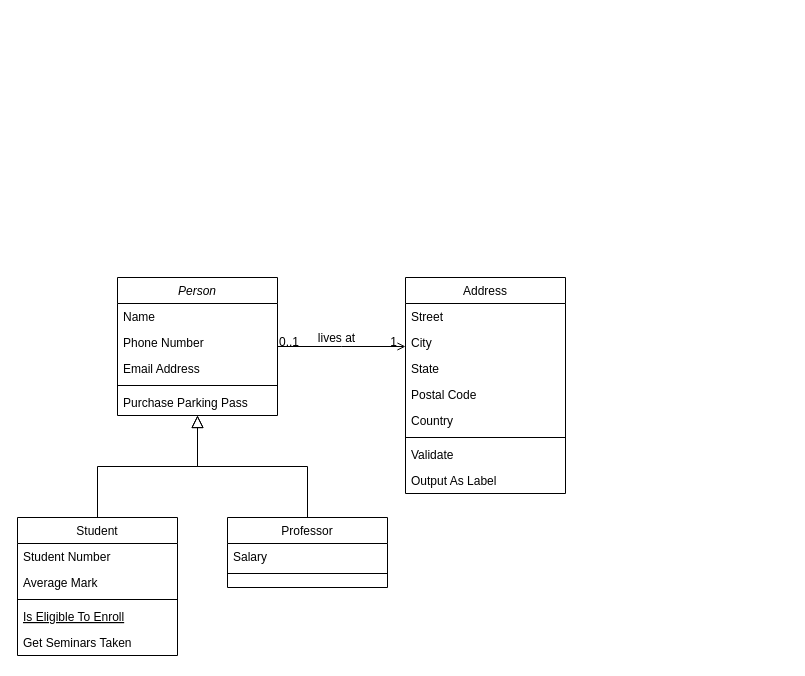
The draw.io diagram Diagrama sin título.drawio in iker-gonzalez/webserv, before the edit. Source tidied: cells renumbered, new cells numbered last; positions are measured from the earlier drawing's top-left corner, leaving out a move shared by most shapes. Both pictures are drawn from the tidied source at 100%, with x=0, y=0 at pixel (17, 277).
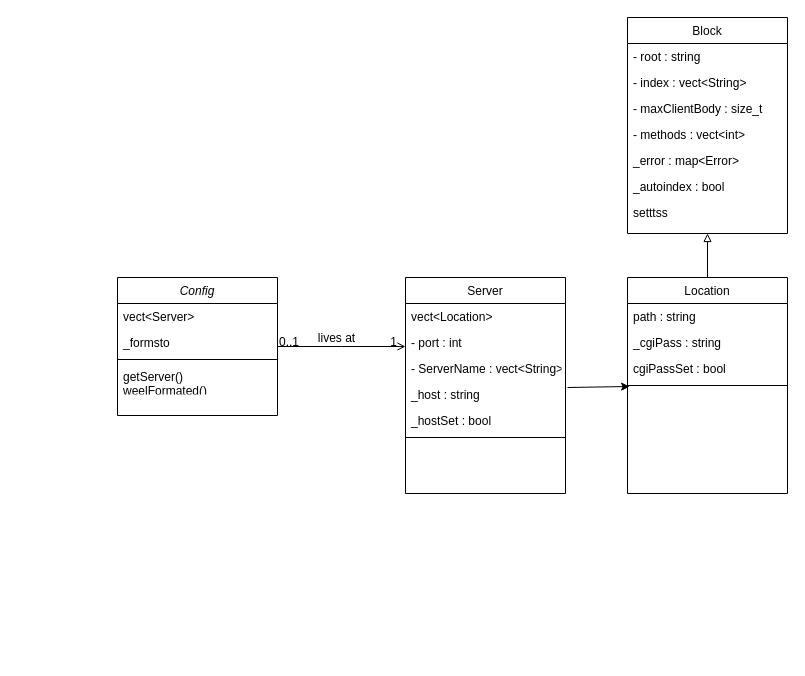
After the change.

Commit message:
webserver Prueba

What changed in the source:
```diff
@@
-    <mxCell id="2" value="Person" style="swimlane;fontStyle=2;align=center;verticalAlign=top;horizontal=1;startSize=26;rounded=0;shadow=0;strokeWidth=1;" parent="1" vertex="1">
+    <mxCell id="2" value="Config" style="swimlane;fontStyle=2;align=center;verticalAlign=top;horizontal=1;startSize=26;rounded=0;shadow=0;strokeWidth=1;" parent="1" vertex="1">
       <mxGeometry x="100" width="160" height="138" as="geometry" />
     </mxCell>
-    <mxCell id="3" value="Name" style="text;align=left;verticalAlign=top;spacingLeft=4;spacingRight=4;overflow=hidden;" parent="2" vertex="1">
+    <mxCell id="3" value="vect&lt;Server&gt;" style="text;align=left;verticalAlign=top;spacingLeft=4;spacingRight=4;overflow=hidden;" parent="2" vertex="1">
       <mxGeometry y="26" width="160" height="26" as="geometry" />
     </mxCell>
-    <mxCell id="4" value="Phone Number" style="text;align=left;verticalAlign=top;spacingLeft=4;spacingRight=4;overflow=hidden;rounded=0;shadow=0;html=0;" parent="2" vertex="1">
-      <mxGeometry y="52" width="160" height="26" as="geometry" />
-    </mxCell>
-    <mxCell id="5" value="Email Address" style="text;align=left;verticalAlign=top;spacingLeft=4;spacingRight=4;overflow=hidden;rounded=0;shadow=0;html=0;" parent="2" vertex="1">
-      <mxGeometry y="78" width="160" height="26" as="geometry" />
+    <mxCell id="5" value="_formsto" style="text;align=left;verticalAlign=top;spacingLeft=4;spacingRight=4;overflow=hidden;rounded=0;shadow=0;html=0;" parent="2" vertex="1">
+      <mxGeometry y="52" width="160" height="26" as="geometry" />
     </mxCell>
     <mxCell id="6" style="line;html=1;strokeWidth=1;align=left;verticalAlign=middle;spacingTop=-1;spacingLeft=3;spacingRight=3;labelPosition=right;" parent="2" vertex="1">
-      <mxGeometry y="104" width="160" height="8" as="geometry" />
+      <mxGeometry y="78" width="160" height="8" as="geometry" />
     </mxCell>
-    <mxCell id="7" value="Purchase Parking Pass" style="text;align=left;verticalAlign=top;spacingLeft=4;spacingRight=4;overflow=hidden;" parent="2" vertex="1">
-      <mxGeometry y="112" width="160" height="26" as="geometry" />
+    <mxCell id="7" value="getServer()&#10;weelFormated()" style="text;align=left;verticalAlign=top;spacingLeft=4;spacingRight=4;overflow=hidden;" parent="2" vertex="1">
+      <mxGeometry y="86" width="160" height="26" as="geometry" />
     </mxCell>
-    <mxCell id="8" value="Student" style="swimlane;fontStyle=0;align=center;verticalAlign=top;horizontal=1;startSize=26;rounded=0;shadow=0;strokeWidth=1;" parent="1" vertex="1">
-      <mxGeometry y="240" width="160" height="138" as="geometry" />
-    </mxCell>
-    <mxCell id="9" value="Student Number" style="text;align=left;verticalAlign=top;spacingLeft=4;spacingRight=4;overflow=hidden;" parent="8" vertex="1">
-      <mxGeometry y="26" width="160" height="26" as="geometry" />
-    </mxCell>
-    <mxCell id="10" value="Average Mark" style="text;align=left;verticalAlign=top;spacingLeft=4;spacingRight=4;overflow=hidden;rounded=0;shadow=0;html=0;" parent="8" vertex="1">
-      <mxGeometry y="52" width="160" height="26" as="geometry" />
-    </mxCell>
-    <mxCell id="11" style="line;html=1;strokeWidth=1;align=left;verticalAlign=middle;spacingTop=-1;spacingLeft=3;spacingRight=3;labelPosition=right;" parent="8" vertex="1">
-      <mxGeometry y="78" width="160" height="8" as="geometry" />
-    </mxCell>
-    <mxCell id="12" value="Is Eligible To Enroll" style="text;align=left;verticalAlign=top;spacingLeft=4;spacingRight=4;overflow=hidden;fontStyle=4;" parent="8" vertex="1">
-      <mxGeometry y="86" width="160" height="26" as="geometry" />
-    </mxCell>
-    <mxCell id="13" value="Get Seminars Taken" style="text;align=left;verticalAlign=top;spacingLeft=4;spacingRight=4;overflow=hidden;" parent="8" vertex="1">
-      <mxGeometry y="112" width="160" height="26" as="geometry" />
-    </mxCell>
-    <mxCell id="14" style="endArrow=block;endSize=10;endFill=0;shadow=0;strokeWidth=1;rounded=0;edgeStyle=elbowEdgeStyle;elbow=vertical;" parent="1" edge="1" source="8" target="2">
-      <mxGeometry relative="1" as="geometry" />
-    </mxCell>
-    <mxCell id="15" value="Professor" style="swimlane;fontStyle=0;align=center;verticalAlign=top;horizontal=1;startSize=26;rounded=0;shadow=0;strokeWidth=1;" parent="1" vertex="1">
-      <mxGeometry x="210" y="240" width="160" height="70" as="geometry" />
-    </mxCell>
-    <mxCell id="16" value="Salary" style="text;align=left;verticalAlign=top;spacingLeft=4;spacingRight=4;overflow=hidden;" parent="15" vertex="1">
-      <mxGeometry y="26" width="160" height="26" as="geometry" />
-    </mxCell>
-    <mxCell id="17" style="line;html=1;strokeWidth=1;align=left;verticalAlign=middle;spacingTop=-1;spacingLeft=3;spacingRight=3;labelPosition=right;" parent="15" vertex="1">
-      <mxGeometry y="52" width="160" height="8" as="geometry" />
-    </mxCell>
-    <mxCell id="18" style="endArrow=block;endSize=10;endFill=0;shadow=0;strokeWidth=1;rounded=0;edgeStyle=elbowEdgeStyle;elbow=vertical;" parent="1" edge="1" source="15" target="2">
-      <mxGeometry relative="1" as="geometry" />
-    </mxCell>
-    <mxCell id="19" value="Address" style="swimlane;fontStyle=0;align=center;verticalAlign=top;horizontal=1;startSize=26;rounded=0;shadow=0;strokeWidth=1;" parent="1" vertex="1">
+    <mxCell id="19" value="Server" style="swimlane;fontStyle=0;align=center;verticalAlign=top;horizontal=1;startSize=26;rounded=0;shadow=0;strokeWidth=1;" parent="1" vertex="1">
       <mxGeometry x="388" width="160" height="216" as="geometry" />
     </mxCell>
-    <mxCell id="20" value="Street" style="text;align=left;verticalAlign=top;spacingLeft=4;spacingRight=4;overflow=hidden;" parent="19" vertex="1">
+    <mxCell id="20" value="vect&lt;Location&gt;" style="text;align=left;verticalAlign=top;spacingLeft=4;spacingRight=4;overflow=hidden;" parent="19" vertex="1">
       <mxGeometry y="26" width="160" height="26" as="geometry" />
     </mxCell>
-    <mxCell id="21" value="City" style="text;align=left;verticalAlign=top;spacingLeft=4;spacingRight=4;overflow=hidden;rounded=0;shadow=0;html=0;" parent="19" vertex="1">
+    <mxCell id="21" value="- port : int" style="text;align=left;verticalAlign=top;spacingLeft=4;spacingRight=4;overflow=hidden;rounded=0;shadow=0;html=0;" parent="19" vertex="1">
       <mxGeometry y="52" width="160" height="26" as="geometry" />
     </mxCell>
-    <mxCell id="22" value="State" style="text;align=left;verticalAlign=top;spacingLeft=4;spacingRight=4;overflow=hidden;rounded=0;shadow=0;html=0;" parent="19" vertex="1">
+    <mxCell id="22" value="- ServerName : vect&lt;String&gt;" style="text;align=left;verticalAlign=top;spacingLeft=4;spacingRight=4;overflow=hidden;rounded=0;shadow=0;html=0;" parent="19" vertex="1">
       <mxGeometry y="78" width="160" height="26" as="geometry" />
     </mxCell>
-    <mxCell id="23" value="Postal Code" style="text;align=left;verticalAlign=top;spacingLeft=4;spacingRight=4;overflow=hidden;rounded=0;shadow=0;html=0;" parent="19" vertex="1">
+    <mxCell id="23" value="_host : string" style="text;align=left;verticalAlign=top;spacingLeft=4;spacingRight=4;overflow=hidden;rounded=0;shadow=0;html=0;" parent="19" vertex="1">
       <mxGeometry y="104" width="160" height="26" as="geometry" />
     </mxCell>
-    <mxCell id="24" value="Country" style="text;align=left;verticalAlign=top;spacingLeft=4;spacingRight=4;overflow=hidden;rounded=0;shadow=0;html=0;" parent="19" vertex="1">
+    <mxCell id="24" value="_hostSet : bool" style="text;align=left;verticalAlign=top;spacingLeft=4;spacingRight=4;overflow=hidden;rounded=0;shadow=0;html=0;" parent="19" vertex="1">
       <mxGeometry y="130" width="160" height="26" as="geometry" />
     </mxCell>
@@
-    <mxCell id="26" value="Validate" style="text;align=left;verticalAlign=top;spacingLeft=4;spacingRight=4;overflow=hidden;" parent="19" vertex="1">
-      <mxGeometry y="164" width="160" height="26" as="geometry" />
-    </mxCell>
-    <mxCell id="27" value="Output As Label" style="text;align=left;verticalAlign=top;spacingLeft=4;spacingRight=4;overflow=hidden;" parent="19" vertex="1">
-      <mxGeometry y="190" width="160" height="26" as="geometry" />
-    </mxCell>
@@
+    <mxCell id="32" style="endArrow=classic;html=1;rounded=0;entryX=0.013;entryY=0.192;entryDx=0;entryDy=0;entryPerimeter=0;" parent="1" edge="1">
+      <mxGeometry relative="1" as="geometry">
+        <mxPoint x="550" y="110" as="sourcePoint" />
+        <mxPoint x="612.1" y="109" as="targetPoint" />
+      </mxGeometry>
+    </mxCell>
+    <mxCell id="33" style="rounded=0;jettySize=auto;html=1;endArrow=block;endFill=0;entryX=0.5;entryY=1;entryDx=0;entryDy=0;" parent="1" edge="1" source="34" target="39">
+      <mxGeometry relative="1" as="geometry" />
+    </mxCell>
+    <mxCell id="34" value="Location" style="swimlane;fontStyle=0;align=center;verticalAlign=top;horizontal=1;startSize=26;rounded=0;shadow=0;strokeWidth=1;" parent="1" vertex="1">
+      <mxGeometry x="610" width="160" height="216" as="geometry" />
+    </mxCell>
+    <mxCell id="35" value="path : string" style="text;align=left;verticalAlign=top;spacingLeft=4;spacingRight=4;overflow=hidden;" parent="34" vertex="1">
+      <mxGeometry y="26" width="160" height="26" as="geometry" />
+    </mxCell>
+    <mxCell id="36" value="_cgiPass : string" style="text;align=left;verticalAlign=top;spacingLeft=4;spacingRight=4;overflow=hidden;rounded=0;shadow=0;html=0;" parent="34" vertex="1">
+      <mxGeometry y="52" width="160" height="26" as="geometry" />
+    </mxCell>
+    <mxCell id="37" value="cgiPassSet : bool" style="text;align=left;verticalAlign=top;spacingLeft=4;spacingRight=4;overflow=hidden;rounded=0;shadow=0;html=0;" parent="34" vertex="1">
+      <mxGeometry y="78" width="160" height="26" as="geometry" />
+    </mxCell>
+    <mxCell id="38" style="line;html=1;strokeWidth=1;align=left;verticalAlign=middle;spacingTop=-1;spacingLeft=3;spacingRight=3;labelPosition=right;" parent="34" vertex="1">
+      <mxGeometry y="104" width="160" height="8" as="geometry" />
+    </mxCell>
+    <mxCell id="39" value="Block" style="swimlane;fontStyle=0;align=center;verticalAlign=top;horizontal=1;startSize=26;rounded=0;shadow=0;strokeWidth=1;" parent="1" vertex="1">
+      <mxGeometry x="610" y="-260" width="160" height="216" as="geometry" />
+    </mxCell>
+    <mxCell id="40" value="- root : string" style="text;align=left;verticalAlign=top;spacingLeft=4;spacingRight=4;overflow=hidden;" parent="39" vertex="1">
+      <mxGeometry y="26" width="160" height="26" as="geometry" />
+    </mxCell>
+    <mxCell id="41" value="- index : vect&lt;String&gt;" style="text;align=left;verticalAlign=top;spacingLeft=4;spacingRight=4;overflow=hidden;rounded=0;shadow=0;html=0;" parent="39" vertex="1">
+      <mxGeometry y="52" width="160" height="26" as="geometry" />
+    </mxCell>
+    <mxCell id="42" value="- maxClientBody : size_t" style="text;align=left;verticalAlign=top;spacingLeft=4;spacingRight=4;overflow=hidden;rounded=0;shadow=0;html=0;" parent="39" vertex="1">
+      <mxGeometry y="78" width="160" height="26" as="geometry" />
+    </mxCell>
+    <mxCell id="43" value="- methods : vect&lt;int&gt;" style="text;align=left;verticalAlign=top;spacingLeft=4;spacingRight=4;overflow=hidden;rounded=0;shadow=0;html=0;" parent="39" vertex="1">
+      <mxGeometry y="104" width="160" height="26" as="geometry" />
+    </mxCell>
+    <mxCell id="44" value="_error : map&lt;Error&gt;" style="text;align=left;verticalAlign=top;spacingLeft=4;spacingRight=4;overflow=hidden;rounded=0;shadow=0;html=0;" parent="39" vertex="1">
+      <mxGeometry y="130" width="160" height="26" as="geometry" />
+    </mxCell>
+    <mxCell id="45" value="_autoindex : bool" style="text;align=left;verticalAlign=top;spacingLeft=4;spacingRight=4;overflow=hidden;rounded=0;shadow=0;html=0;" parent="39" vertex="1">
+      <mxGeometry y="156" width="160" height="26" as="geometry" />
+    </mxCell>
+    <mxCell id="46" value="setttss" style="text;align=left;verticalAlign=top;spacingLeft=4;spacingRight=4;overflow=hidden;rounded=0;shadow=0;html=0;" parent="39" vertex="1">
+      <mxGeometry y="182" width="160" height="26" as="geometry" />
+    </mxCell>
```
